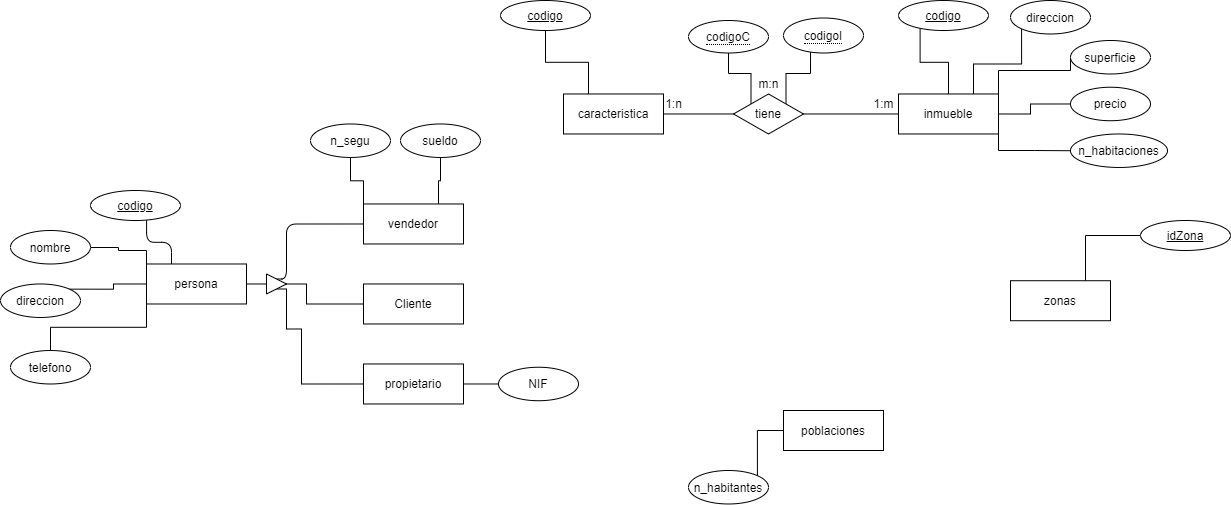
Above: Parcial.png in Oscar915/Parcial (draw.io), before the change. Source tidied: cells renumbered, new cells last; positions are measured from the earlier drawing's top-left corner, leaving out a move shared by most shapes.
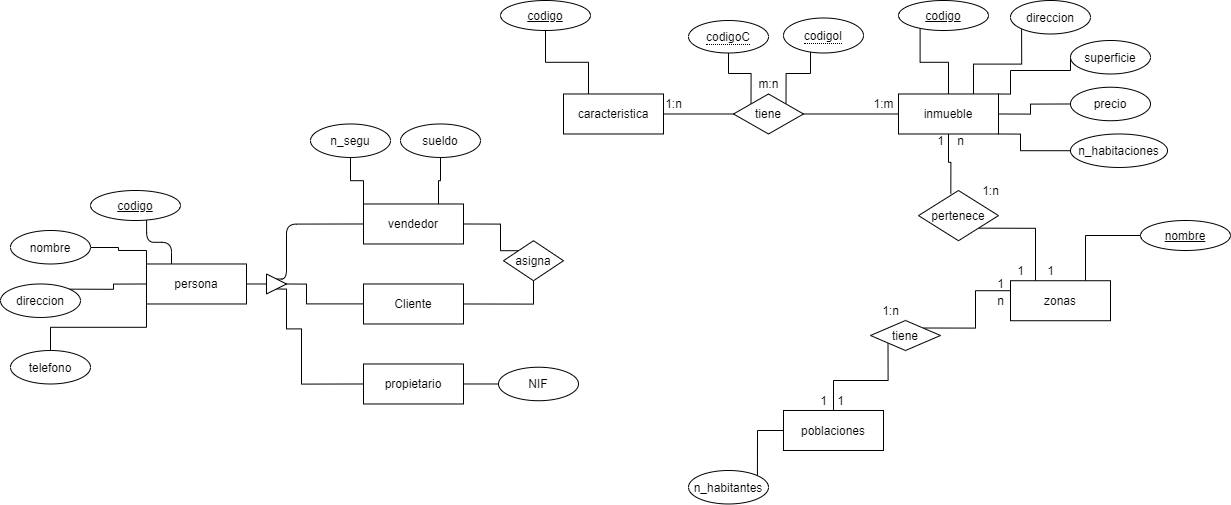
After the change.

Diff of the diagram source:
```diff
@@ -14,7 +14,8 @@
     <mxCell id="5" style="edgeStyle=orthogonalEdgeStyle;rounded=0;jettySize=auto;html=1;exitX=1;exitY=0;exitDx=0;exitDy=0;entryX=0;entryY=0.5;entryDx=0;entryDy=0;endArrow=none;endFill=0;" parent="1" edge="1" source="8" target="52">
       <mxGeometry relative="1" as="geometry">
         <Array as="points">
-          <mxPoint x="998" y="70" />
+          <mxPoint x="1010" y="94" />
+          <mxPoint x="1010" y="70" />
           <mxPoint x="1070" y="70" />
         </Array>
       </mxGeometry>
@@ -30,23 +31,32 @@
     <mxCell id="7" style="edgeStyle=orthogonalEdgeStyle;rounded=0;jettySize=auto;html=1;exitX=1;exitY=1;exitDx=0;exitDy=0;entryX=0;entryY=0.5;entryDx=0;entryDy=0;endArrow=none;endFill=0;" parent="1" edge="1" source="8" target="53">
       <mxGeometry relative="1" as="geometry">
         <Array as="points">
-          <mxPoint x="998" y="150" />
-          <mxPoint x="1034" y="150" />
+          <mxPoint x="1020" y="134" />
+          <mxPoint x="1020" y="150" />
         </Array>
       </mxGeometry>
     </mxCell>
+    <mxCell id="55" style="edgeStyle=orthogonalEdgeStyle;rounded=0;jettySize=auto;html=1;exitX=0.5;exitY=1;exitDx=0;exitDy=0;entryX=0.404;entryY=0.06;entryDx=0;entryDy=0;entryPerimeter=0;endArrow=none;endFill=0;" parent="1" edge="1" source="8" target="68">
+      <mxGeometry relative="1" as="geometry" />
+    </mxCell>
     <mxCell id="8" value="inmueble&lt;br&gt;" style="whiteSpace=wrap;html=1;align=center;" parent="1" vertex="1">
       <mxGeometry x="898" y="93.5" width="100" height="40" as="geometry" />
     </mxCell>
     <mxCell id="9" style="edgeStyle=orthogonalEdgeStyle;rounded=0;jettySize=auto;html=1;exitX=0;exitY=0.5;exitDx=0;exitDy=0;entryX=1;entryY=0;entryDx=0;entryDy=0;endArrow=none;endFill=0;" parent="1" edge="1" source="10" target="50">
       <mxGeometry relative="1" as="geometry" />
     </mxCell>
+    <mxCell id="56" style="edgeStyle=orthogonalEdgeStyle;rounded=0;jettySize=auto;html=1;exitX=0.5;exitY=0;exitDx=0;exitDy=0;entryX=0;entryY=1;entryDx=0;entryDy=0;endArrow=none;endFill=0;" parent="1" edge="1" source="10" target="61">
+      <mxGeometry relative="1" as="geometry" />
+    </mxCell>
     <mxCell id="10" value="poblaciones" style="whiteSpace=wrap;html=1;align=center;" parent="1" vertex="1">
       <mxGeometry x="783" y="410" width="100" height="40" as="geometry" />
     </mxCell>
     <mxCell id="11" style="edgeStyle=orthogonalEdgeStyle;rounded=0;jettySize=auto;html=1;exitX=0.75;exitY=0;exitDx=0;exitDy=0;entryX=0;entryY=0.5;entryDx=0;entryDy=0;endArrow=none;endFill=0;" parent="1" edge="1" source="12" target="27">
       <mxGeometry relative="1" as="geometry" />
     </mxCell>
+    <mxCell id="57" style="edgeStyle=orthogonalEdgeStyle;rounded=0;jettySize=auto;html=1;exitX=0;exitY=0.25;exitDx=0;exitDy=0;entryX=1;entryY=0;entryDx=0;entryDy=0;endArrow=none;endFill=0;" parent="1" edge="1" source="12" target="61">
+      <mxGeometry relative="1" as="geometry" />
+    </mxCell>
     <mxCell id="12" value="zonas" style="whiteSpace=wrap;html=1;align=center;" parent="1" vertex="1">
       <mxGeometry x="1010" y="280.2" width="100" height="40" as="geometry" />
     </mxCell>
@@ -80,6 +90,9 @@
     <mxCell id="20" value="caracteristica" style="whiteSpace=wrap;html=1;align=center;" parent="1" vertex="1">
       <mxGeometry x="563" y="93.5" width="100" height="40" as="geometry" />
     </mxCell>
+    <mxCell id="58" style="edgeStyle=orthogonalEdgeStyle;rounded=0;jettySize=auto;html=1;exitX=1;exitY=0.5;exitDx=0;exitDy=0;entryX=0.5;entryY=1;entryDx=0;entryDy=0;endArrow=none;endFill=0;" parent="1" edge="1" source="21" target="60">
+      <mxGeometry relative="1" as="geometry" />
+    </mxCell>
     <mxCell id="21" value="Cliente&lt;br&gt;" style="whiteSpace=wrap;html=1;align=center;" parent="1" vertex="1">
       <mxGeometry x="363" y="283.5" width="100" height="40" as="geometry" />
     </mxCell>
@@ -89,6 +102,14 @@
     <mxCell id="23" style="edgeStyle=orthogonalEdgeStyle;rounded=0;jettySize=auto;html=1;exitX=0.75;exitY=0;exitDx=0;exitDy=0;entryX=0.5;entryY=1;entryDx=0;entryDy=0;endArrow=none;endFill=0;" parent="1" edge="1" source="24" target="49">
       <mxGeometry relative="1" as="geometry" />
     </mxCell>
+    <mxCell id="59" style="edgeStyle=orthogonalEdgeStyle;rounded=0;jettySize=auto;html=1;exitX=1;exitY=0.5;exitDx=0;exitDy=0;entryX=0;entryY=0;entryDx=0;entryDy=0;endArrow=none;endFill=0;" parent="1" edge="1" source="24" target="60">
+      <mxGeometry relative="1" as="geometry">
+        <Array as="points">
+          <mxPoint x="500" y="224" />
+          <mxPoint x="500" y="250" />
+        </Array>
+      </mxGeometry>
+    </mxCell>
     <mxCell id="24" value="vendedor" style="whiteSpace=wrap;html=1;align=center;" parent="1" vertex="1">
       <mxGeometry x="363" y="203.5" width="100" height="40" as="geometry" />
     </mxCell>
@@ -98,7 +119,7 @@
     <mxCell id="26" value="nombre" style="ellipse;whiteSpace=wrap;html=1;align=center;" parent="1" vertex="1">
       <mxGeometry x="10" y="230" width="80" height="33.5" as="geometry" />
     </mxCell>
-    <mxCell id="27" value="idZona" style="ellipse;whiteSpace=wrap;html=1;align=center;fontStyle=4;" parent="1" vertex="1">
+    <mxCell id="27" value="nombre" style="ellipse;whiteSpace=wrap;html=1;align=center;fontStyle=4;" parent="1" vertex="1">
       <mxGeometry x="1140" y="220" width="90" height="30" as="geometry" />
     </mxCell>
     <mxCell id="28" style="edgeStyle=orthogonalEdgeStyle;rounded=0;jettySize=auto;html=1;exitX=0;exitY=0;exitDx=0;exitDy=0;entryX=0.5;entryY=1;entryDx=0;entryDy=0;endArrow=none;endFill=0;" parent="1" edge="1" source="30" target="43">
@@ -199,5 +220,47 @@
     <mxCell id="54" value="precio" style="ellipse;whiteSpace=wrap;html=1;align=center;" parent="1" vertex="1">
       <mxGeometry x="1070" y="86.7" width="80" height="33.5" as="geometry" />
     </mxCell>
+    <mxCell id="60" value="asigna" style="shape=rhombus;perimeter=rhombusPerimeter;whiteSpace=wrap;html=1;align=center;" parent="1" vertex="1">
+      <mxGeometry x="503" y="240.2" width="60" height="40" as="geometry" />
+    </mxCell>
+    <mxCell id="61" value="tiene" style="shape=rhombus;perimeter=rhombusPerimeter;whiteSpace=wrap;html=1;align=center;" parent="1" vertex="1">
+      <mxGeometry x="870" y="320" width="70" height="30" as="geometry" />
+    </mxCell>
+    <mxCell id="62" value="1" style="text;html=1;align=center;verticalAlign=middle;" parent="1" vertex="1">
+      <mxGeometry x="990" y="273.5" width="20" height="20" as="geometry" />
+    </mxCell>
+    <mxCell id="63" value="1" style="text;html=1;align=center;verticalAlign=middle;" parent="1" vertex="1">
+      <mxGeometry x="813" y="390" width="20" height="20" as="geometry" />
+    </mxCell>
+    <mxCell id="64" value="1" style="text;html=1;align=center;verticalAlign=middle;" parent="1" vertex="1">
+      <mxGeometry x="830" y="390" width="20" height="20" as="geometry" />
+    </mxCell>
+    <mxCell id="65" value="n" style="text;html=1;align=center;verticalAlign=middle;" parent="1" vertex="1">
+      <mxGeometry x="990" y="290" width="20" height="20" as="geometry" />
+    </mxCell>
+    <mxCell id="66" value="1:n" style="text;html=1;align=center;verticalAlign=middle;" parent="1" vertex="1">
+      <mxGeometry x="875" y="300" width="30" height="20" as="geometry" />
+    </mxCell>
+    <mxCell id="67" style="edgeStyle=orthogonalEdgeStyle;rounded=0;jettySize=auto;html=1;exitX=1;exitY=1;exitDx=0;exitDy=0;entryX=0.25;entryY=0;entryDx=0;entryDy=0;endArrow=none;endFill=0;" parent="1" edge="1" source="68" target="12">
+      <mxGeometry relative="1" as="geometry" />
+    </mxCell>
+    <mxCell id="68" value="pertenece" style="shape=rhombus;perimeter=rhombusPerimeter;whiteSpace=wrap;html=1;align=center;" parent="1" vertex="1">
+      <mxGeometry x="918" y="190" width="80" height="50.2" as="geometry" />
+    </mxCell>
+    <mxCell id="69" value="1" style="text;html=1;align=center;verticalAlign=middle;" parent="1" vertex="1">
+      <mxGeometry x="930" y="130" width="20" height="20" as="geometry" />
+    </mxCell>
+    <mxCell id="70" value="1" style="text;html=1;align=center;verticalAlign=middle;" parent="1" vertex="1">
+      <mxGeometry x="1010" y="260.2" width="20" height="20" as="geometry" />
+    </mxCell>
+    <mxCell id="71" value="1" style="text;html=1;align=center;verticalAlign=middle;" parent="1" vertex="1">
+      <mxGeometry x="1040" y="260" width="20" height="20" as="geometry" />
+    </mxCell>
+    <mxCell id="72" value="n" style="text;html=1;align=center;verticalAlign=middle;" parent="1" vertex="1">
+      <mxGeometry x="950" y="130" width="20" height="20" as="geometry" />
+    </mxCell>
+    <mxCell id="73" value="1:n" style="text;html=1;align=center;verticalAlign=middle;" parent="1" vertex="1">
+      <mxGeometry x="975" y="180" width="30" height="20" as="geometry" />
+    </mxCell>
   </root>
 </mxGraphModel>
```
